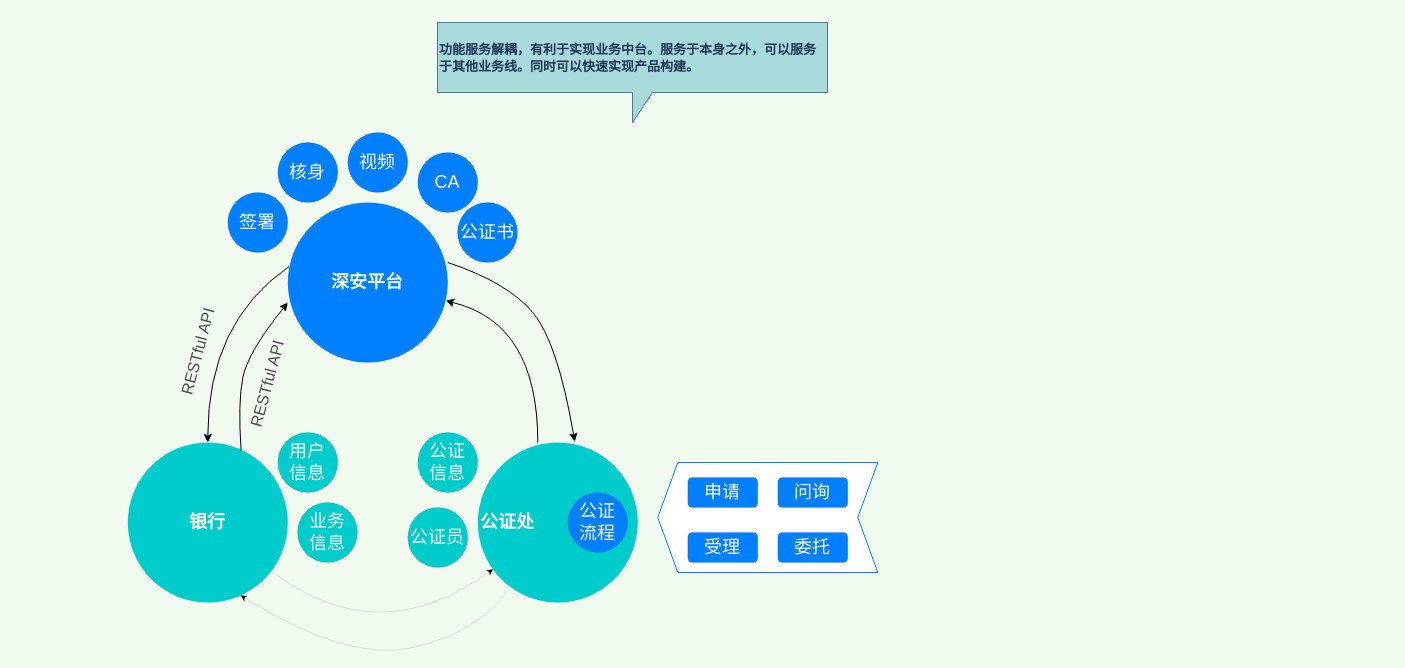
The draw.io diagram page "梳理赋强" (1 of 2) of 赋强创新思路.drawio in wuyongfeng/wuyongfeng, before the edit. Source tidied: cells renumbered, new cells numbered last; positions are measured from the earlier drawing's top-left corner, leaving out a move shared by most shapes. Both pictures are drawn from the tidied source at 100%, with x=0, y=0 at pixel (117, 22).
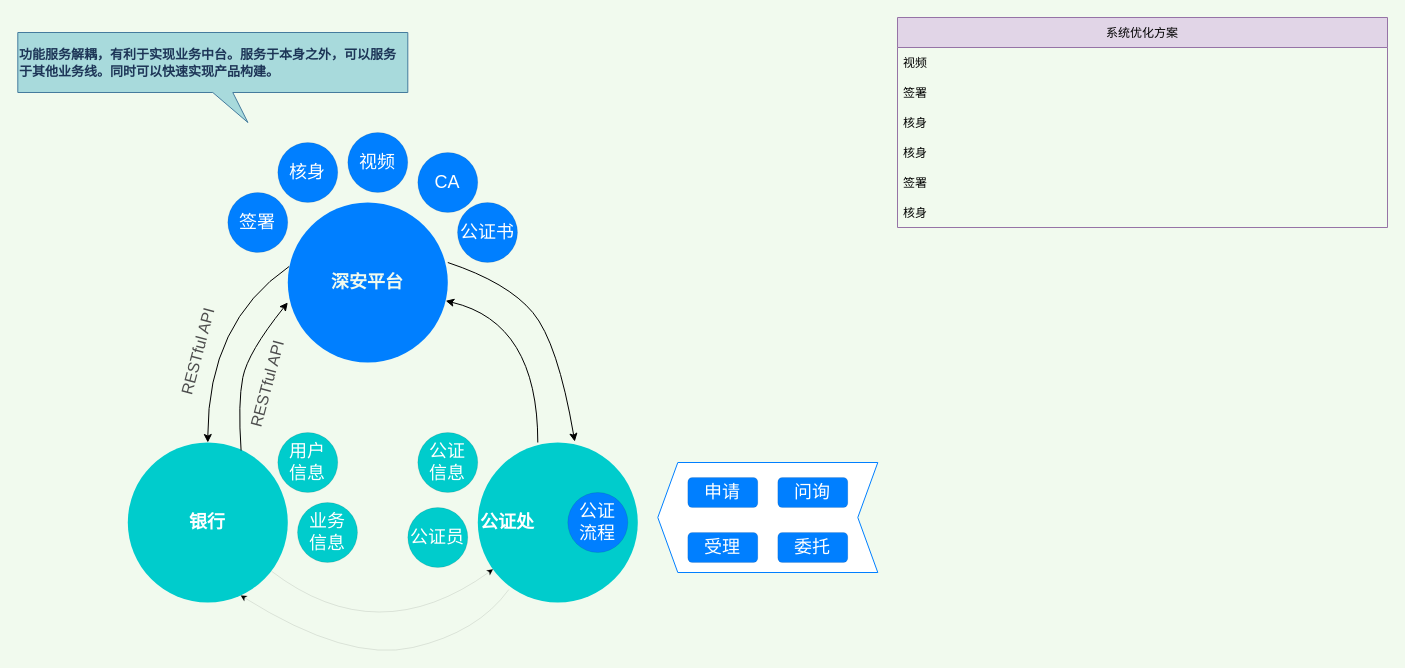
The same page after the edit.

Commit message:
Update 赋强创新思路.drawio

Change to the diagram source:
```diff
@@
-    <mxCell id="29" value="&lt;div&gt;&lt;div&gt;&lt;span style=&quot;font-family: &amp;#34;larkhacksafarifont&amp;#34; , &amp;#34;larkemojifont&amp;#34; , &amp;#34;larkchinesequote&amp;#34; , , &amp;#34;blinkmacsystemfont&amp;#34; , &amp;#34;helvetica neue&amp;#34; , &amp;#34;arial&amp;#34; , &amp;#34;segoe ui&amp;#34; , &amp;#34;pingfang sc&amp;#34; , &amp;#34;microsoft yahei&amp;#34; , &amp;#34;hiragino sans gb&amp;#34; , sans-serif , &amp;#34;apple color emoji&amp;#34; , &amp;#34;segoe ui emoji&amp;#34; , &amp;#34;segoe ui symbol&amp;#34; , &amp;#34;noto color emoji&amp;#34;&quot;&gt;&lt;span style=&quot;font-size: 13px&quot;&gt;功能服务解耦，有利于实现业务中台。服务于本身之外，可以服务于其他业务线。同时可以快速实现产品构建。&lt;/span&gt;&lt;/span&gt;&lt;/div&gt;&lt;/div&gt;" style="shape=callout;whiteSpace=wrap;html=1;perimeter=calloutPerimeter;labelBackgroundColor=none;labelBorderColor=none;fontSize=14;fillColor=#A8DADC;strokeColor=#457B9D;fontColor=#1D3557;fontStyle=1;align=left;" parent="1" vertex="1">
-      <mxGeometry x="320" width="390" height="100" as="geometry" />
+    <mxCell id="29" value="&lt;div&gt;&lt;div&gt;&lt;span style=&quot;font-family: &amp;#34;larkhacksafarifont&amp;#34; , &amp;#34;larkemojifont&amp;#34; , &amp;#34;larkchinesequote&amp;#34; , , &amp;#34;blinkmacsystemfont&amp;#34; , &amp;#34;helvetica neue&amp;#34; , &amp;#34;arial&amp;#34; , &amp;#34;segoe ui&amp;#34; , &amp;#34;pingfang sc&amp;#34; , &amp;#34;microsoft yahei&amp;#34; , &amp;#34;hiragino sans gb&amp;#34; , sans-serif , &amp;#34;apple color emoji&amp;#34; , &amp;#34;segoe ui emoji&amp;#34; , &amp;#34;segoe ui symbol&amp;#34; , &amp;#34;noto color emoji&amp;#34;&quot;&gt;&lt;span style=&quot;font-size: 13px&quot;&gt;功能服务解耦，有利于实现业务中台。服务于本身之外，可以服务于其他业务线。同时可以快速实现产品构建。&lt;/span&gt;&lt;/span&gt;&lt;/div&gt;&lt;/div&gt;" style="shape=callout;whiteSpace=wrap;html=1;perimeter=calloutPerimeter;labelBackgroundColor=none;labelBorderColor=none;fontSize=14;fillColor=#A8DADC;strokeColor=#457B9D;fontColor=#1D3557;fontStyle=1;align=left;position2=0.59;" parent="1" vertex="1">
+      <mxGeometry x="-99.7" y="10" width="390" height="90" as="geometry" />
     </mxCell>
+    <mxCell id="30" value="系统优化方案" style="swimlane;fontStyle=0;horizontal=1;startSize=30;fillColor=#e1d5e7;strokeColor=#9673a6;" parent="1" vertex="1">
+      <mxGeometry x="780" y="-5" width="490" height="210" as="geometry" />
+    </mxCell>
+    <mxCell id="31" value="视频" style="text;strokeColor=none;fillColor=none;align=left;verticalAlign=middle;spacingLeft=4;spacingRight=4;overflow=hidden;" parent="30" vertex="1">
+      <mxGeometry y="30" width="490" height="30" as="geometry" />
+    </mxCell>
+    <mxCell id="32" value="签署" style="text;strokeColor=none;fillColor=none;align=left;verticalAlign=middle;spacingLeft=4;spacingRight=4;overflow=hidden;" parent="30" vertex="1">
+      <mxGeometry y="60" width="490" height="30" as="geometry" />
+    </mxCell>
+    <mxCell id="33" value="核身" style="text;strokeColor=none;fillColor=none;align=left;verticalAlign=middle;spacingLeft=4;spacingRight=4;overflow=hidden;" parent="30" vertex="1">
+      <mxGeometry y="90" width="490" height="30" as="geometry" />
+    </mxCell>
+    <mxCell id="34" value="核身" style="text;strokeColor=none;fillColor=none;align=left;verticalAlign=middle;spacingLeft=4;spacingRight=4;overflow=hidden;" parent="30" vertex="1">
+      <mxGeometry y="120" width="490" height="30" as="geometry" />
+    </mxCell>
+    <mxCell id="35" value="签署" style="text;strokeColor=none;fillColor=none;align=left;verticalAlign=middle;spacingLeft=4;spacingRight=4;overflow=hidden;" parent="30" vertex="1">
+      <mxGeometry y="150" width="490" height="30" as="geometry" />
+    </mxCell>
+    <mxCell id="36" value="核身" style="text;strokeColor=none;fillColor=none;align=left;verticalAlign=middle;spacingLeft=4;spacingRight=4;overflow=hidden;" parent="30" vertex="1">
+      <mxGeometry y="180" width="490" height="30" as="geometry" />
+    </mxCell>
```
